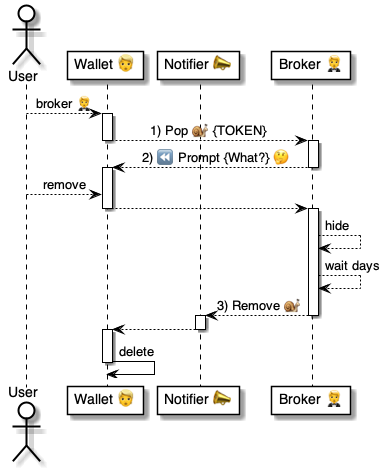
Earlier version of the PlantUML export 4 ⚙️ Solution/20 🧑‍🦰 UI/Wallets 🧑‍🦰/🧑‍🦰💬 Wallet chats/...in Tokens 🎫/Remove 💬🎫🤵 /🧑‍🦰 Remove Token ⚙️ uml.png (pollyweb-org/pollyweb-docs). Its source is kept beside it as 4 ⚙️ Solution/20 🧑‍🦰 UI/Wallets 🧑‍🦰/🧑‍🦰💬 Wallet chats/...in Tokens 🎫/Remove 💬🎫🤵 /🧑‍🦰 Remove Token ⚙️ uml.puml.
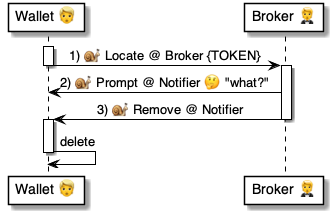
After the commit.

The edit, as a diff of the source:
```diff
@@ -1,34 +1,16 @@
 @startuml Revoke
 
-actor "User" as user
 participant "Wallet 👱" as wallet
-participant "Notifier 📣" as notifier
 participant "Broker 🤵" as broker
 
 
-user --> wallet: broker 🤵
-
 activate wallet
-    wallet --> broker: 1) Pop 🐌 {TOKEN}
+    wallet -> broker: 1) 🐌 Locate @ Broker {TOKEN}
 deactivate wallet
 activate broker
-    broker --> wallet: 2) ⏪ Prompt {What?} 🤔
+    broker -> wallet: 2) 🐌 Prompt @ Notifier 🤔 "what?"
+    broker -> wallet: 3) 🐌 Remove @ Notifier
 deactivate broker
-
-activate wallet
-    user --> wallet: remove
-    wallet --> broker:
-deactivate wallet
-
-activate broker
-    broker --> broker: hide
-    broker --> broker: wait days
-    broker --> notifier: 3) Remove 🐌
-deactivate broker
-
-activate notifier
-    notifier --> wallet:
-deactivate notifier
 
 activate wallet
     wallet -> wallet: delete
```
